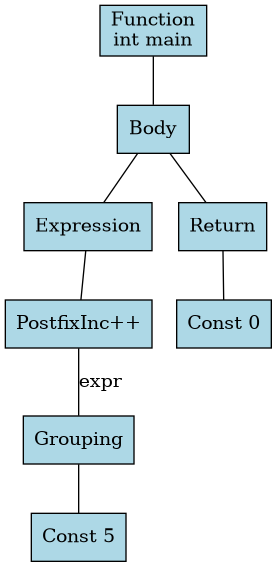
The Graphviz diagram ast.png in MiguelCano-ia/mini-c-plusplus, before a commit. Its source is kept beside it as ast.dot.
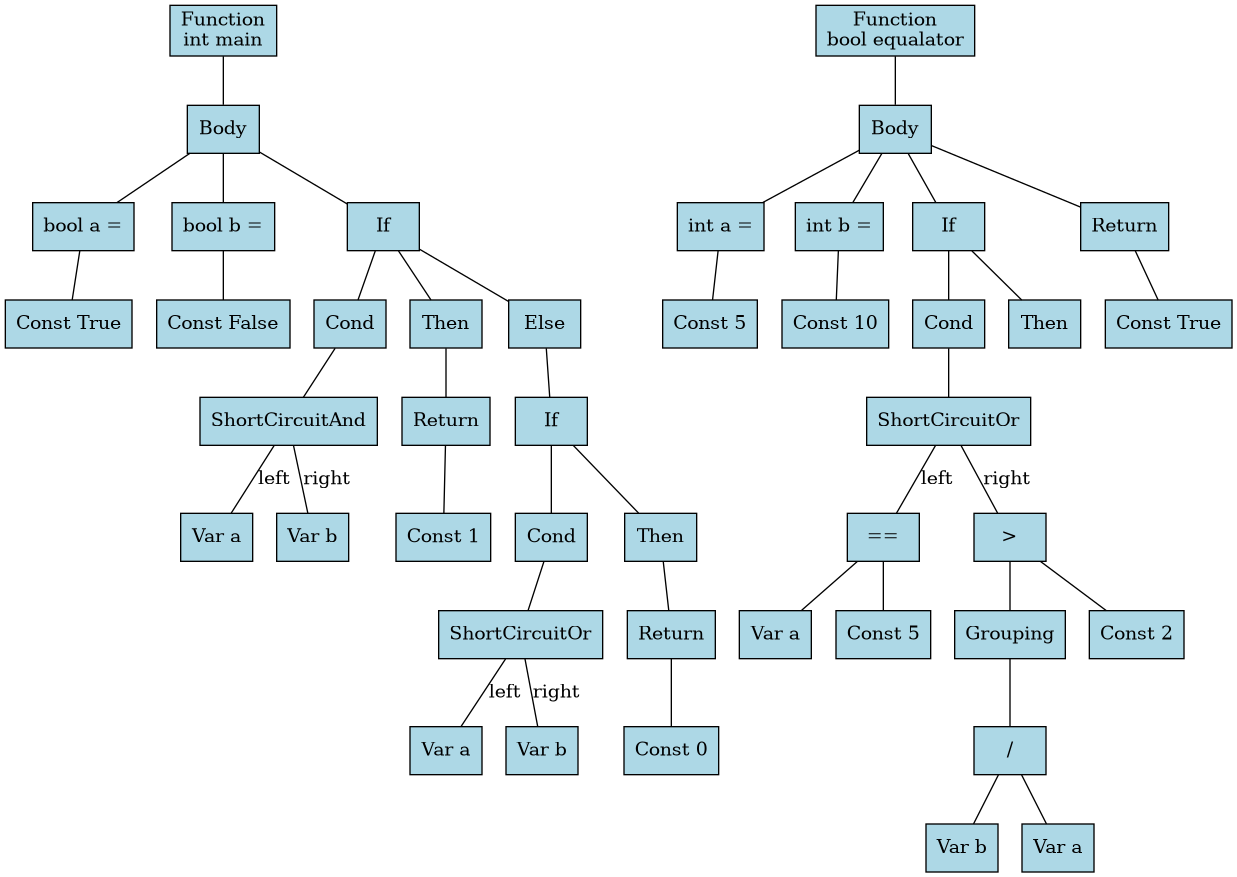
After the change.

Change to the diagram source:
```diff
@@ -5,16 +5,88 @@
 int main"]
 	n1 -> n3
 	n3 [label=Body]
-	n4 [label=Expression]
-	n5 [label="PostfixInc++"]
-	n6 [label=Grouping]
-	n7 [label="Const 5"]
-	n6 -> n7
-	n5 -> n6 [label=expr]
+	n4 [label="bool a ="]
+	n5 [label="Const True"]
 	n4 -> n5
 	n3 -> n4
-	n8 [label=Return]
-	n9 [label="Const 0"]
+	n6 [label="bool b ="]
+	n7 [label="Const False"]
+	n6 -> n7
+	n3 -> n6
+	n8 [label=If]
+	n9 [label=Cond]
+	n10 [label=ShortCircuitAnd]
+	n11 [label="Var a"]
+	n12 [label="Var b"]
+	n10 -> n11 [label=left]
+	n10 -> n12 [label=right]
+	n9 -> n10
 	n8 -> n9
+	n13 [label=Then]
+	n14 [label=Return]
+	n15 [label="Const 1"]
+	n14 -> n15
+	n13 -> n14
+	n8 -> n13
+	n16 [label=Else]
+	n17 [label=If]
+	n18 [label=Cond]
+	n19 [label=ShortCircuitOr]
+	n20 [label="Var a"]
+	n21 [label="Var b"]
+	n19 -> n20 [label=left]
+	n19 -> n21 [label=right]
+	n18 -> n19
+	n17 -> n18
+	n22 [label=Then]
+	n23 [label=Return]
+	n24 [label="Const 0"]
+	n23 -> n24
+	n22 -> n23
+	n17 -> n22
+	n16 -> n17
+	n8 -> n16
 	n3 -> n8
+	n25 [label="Function
+bool equalator"]
+	n25 -> n27
+	n27 [label=Body]
+	n28 [label="int a ="]
+	n29 [label="Const 5"]
+	n28 -> n29
+	n27 -> n28
+	n30 [label="int b ="]
+	n31 [label="Const 10"]
+	n30 -> n31
+	n27 -> n30
+	n32 [label=If]
+	n33 [label=Cond]
+	n34 [label=ShortCircuitOr]
+	n35 [label="=="]
+	n36 [label="Var a"]
+	n37 [label="Const 5"]
+	n35 -> n36
+	n35 -> n37
+	n38 [label=">"]
+	n39 [label=Grouping]
+	n40 [label="/"]
+	n41 [label="Var b"]
+	n42 [label="Var a"]
+	n40 -> n41
+	n40 -> n42
+	n39 -> n40
+	n43 [label="Const 2"]
+	n38 -> n39
+	n38 -> n43
+	n34 -> n35 [label=left]
+	n34 -> n38 [label=right]
+	n33 -> n34
+	n32 -> n33
+	n44 [label=Then]
+	n32 -> n44
+	n27 -> n32
+	n45 [label=Return]
+	n46 [label="Const True"]
+	n45 -> n46
+	n27 -> n45
 }
```
